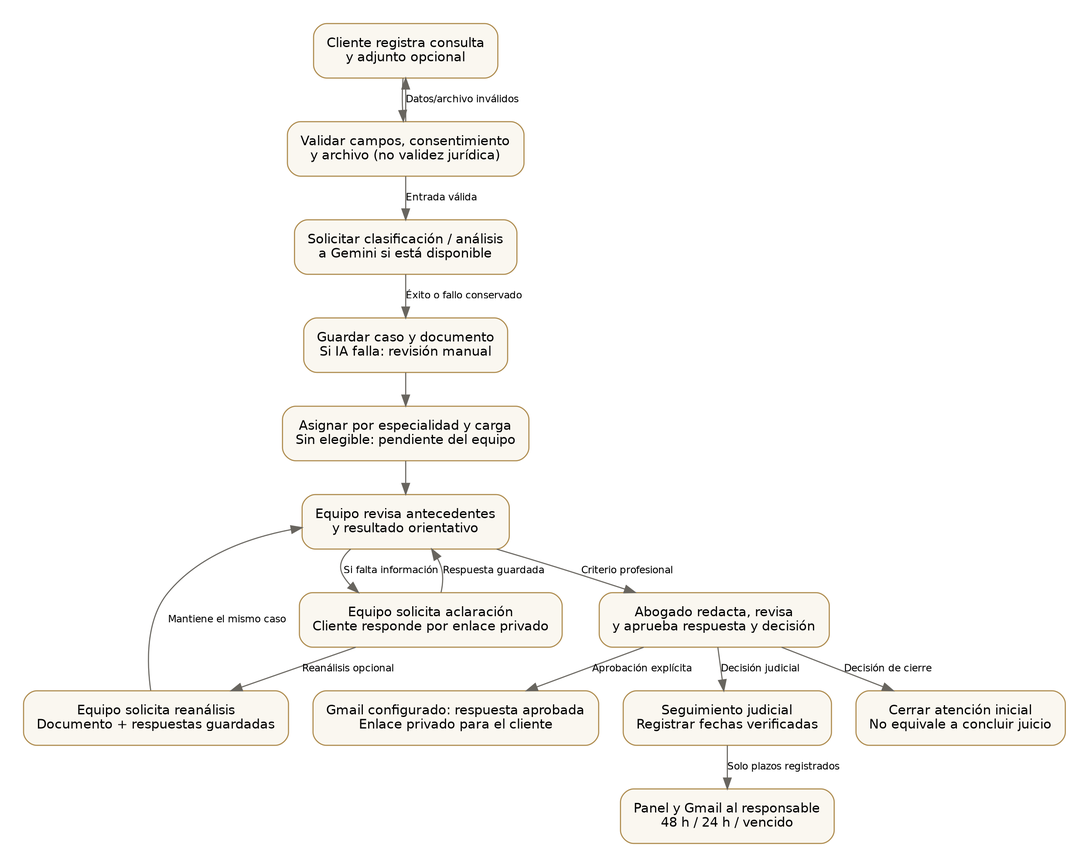
Above: documentacion/tesis/diagramas/flujo.png in rodrigojeisson123456789-droid/LegalTriage-AI (Graphviz), before the change. Its source is kept beside it as documentacion/tesis/diagramas/flujo.dot.
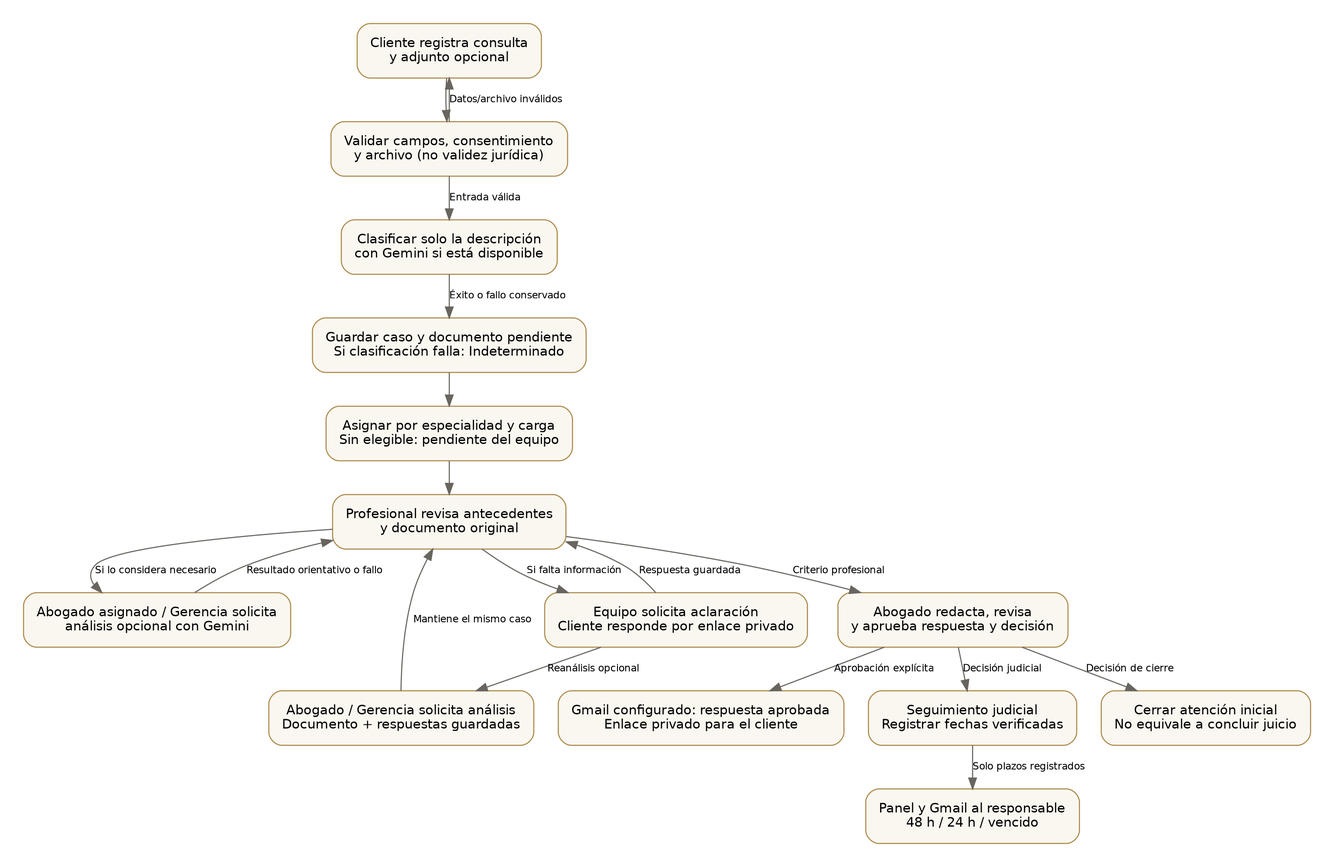
After the change.

The edit, as a diff of the source:
```diff
@@ -4,12 +4,13 @@
 edge [color="#68655f",fontname="DejaVu Sans",fontsize=9];
 form [label="Cliente registra consulta\ny adjunto opcional"];
 validate [label="Validar campos, consentimiento\ny archivo (no validez jurídica)"];
-ai [label="Solicitar clasificación / análisis\na Gemini si está disponible"];
-store [label="Guardar caso y documento\nSi IA falla: revisión manual"];
+ai [label="Clasificar solo la descripción\ncon Gemini si está disponible"];
+store [label="Guardar caso y documento pendiente\nSi clasificación falla: Indeterminado"];
 assign [label="Asignar por especialidad y carga\nSin elegible: pendiente del equipo"];
-review [label="Equipo revisa antecedentes\ny resultado orientativo"];
+review [label="Profesional revisa antecedentes\ny documento original"];
+analyze [label="Abogado asignado / Gerencia solicita\nanálisis opcional con Gemini"];
 questions [label="Equipo solicita aclaración\nCliente responde por enlace privado"];
-reanalyze [label="Equipo solicita reanálisis\nDocumento + respuestas guardadas"];
+reanalyze [label="Abogado / Gerencia solicita análisis\nDocumento + respuestas guardadas"];
 approve [label="Abogado redacta, revisa\ny aprueba respuesta y decisión"];
 judicial [label="Seguimiento judicial\nRegistrar fechas verificadas"];
 close [label="Cerrar atención inicial\nNo equivale a concluir juicio"];
@@ -21,6 +22,8 @@
 ai -> store [label="Éxito o fallo conservado"];
 store -> assign [label=""];
 assign -> review [label=""];
+review -> analyze [label="Si lo considera necesario"];
+analyze -> review [label="Resultado orientativo o fallo"];
 review -> questions [label="Si falta información"];
 questions -> reanalyze [label="Reanálisis opcional"];
 reanalyze -> review [label="Mantiene el mismo caso"];
```
